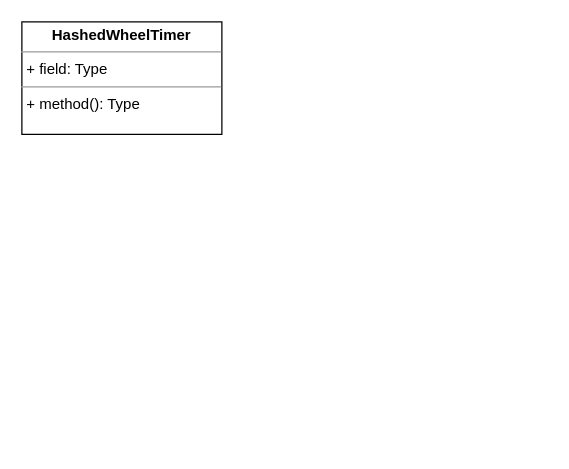
The draw.io diagram page "时间轮" (2 of 2) of raft.drawio in Echidnaaa/draw, before the edit. Source tidied: cells renumbered, new cells numbered last; positions are measured from the earlier drawing's top-left corner, leaving out a move shared by most shapes. Both pictures are drawn from the tidied source at 125%, with x=0, y=0 at pixel (21, 21).
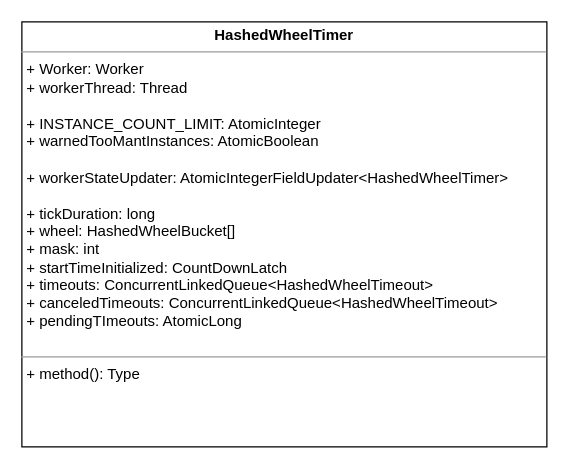
The same page after the edit.

What changed in the source:
```diff
@@
 <mxGraphModel>
   <root>
     <mxCell id="0" />
     <mxCell id="1" parent="0" />
-    <mxCell id="2" value="&lt;p style=&quot;margin: 0px ; margin-top: 4px ; text-align: center&quot;&gt;&lt;b&gt;HashedWheelTimer&lt;/b&gt;&lt;/p&gt;&lt;hr size=&quot;1&quot;&gt;&lt;p style=&quot;margin: 0px ; margin-left: 4px&quot;&gt;+ field: Type&lt;/p&gt;&lt;hr size=&quot;1&quot;&gt;&lt;p style=&quot;margin: 0px ; margin-left: 4px&quot;&gt;+ method(): Type&lt;/p&gt;" style="verticalAlign=top;align=left;overflow=fill;fontSize=12;fontFamily=Helvetica;html=1;" parent="1" vertex="1">
-      <mxGeometry width="160" height="90" as="geometry" />
+    <mxCell id="2" value="&lt;p style=&quot;margin: 0px ; margin-top: 4px ; text-align: center&quot;&gt;&lt;b&gt;HashedWheelTimer&lt;/b&gt;&lt;/p&gt;&lt;hr size=&quot;1&quot;&gt;&lt;p style=&quot;margin: 0px ; margin-left: 4px&quot;&gt;+ Worker: Worker&lt;/p&gt;&lt;p style=&quot;margin: 0px ; margin-left: 4px&quot;&gt;+ workerThread: Thread&lt;/p&gt;&lt;p style=&quot;margin: 0px ; margin-left: 4px&quot;&gt;&lt;br&gt;&lt;/p&gt;&lt;p style=&quot;margin: 0px ; margin-left: 4px&quot;&gt;+ INSTANCE_COUNT_LIMIT: AtomicInteger&lt;/p&gt;&lt;p style=&quot;margin: 0px ; margin-left: 4px&quot;&gt;+ warnedTooMantInstances: AtomicBoolean&lt;/p&gt;&lt;p style=&quot;margin: 0px ; margin-left: 4px&quot;&gt;&lt;br&gt;&lt;/p&gt;&lt;p style=&quot;margin: 0px ; margin-left: 4px&quot;&gt;+ workerStateUpdater: AtomicIntegerFieldUpdater&amp;lt;HashedWheelTimer&amp;gt;&lt;/p&gt;&lt;p style=&quot;margin: 0px ; margin-left: 4px&quot;&gt;&lt;br&gt;&lt;/p&gt;&lt;p style=&quot;margin: 0px ; margin-left: 4px&quot;&gt;+ tickDuration: long&lt;/p&gt;&lt;p style=&quot;margin: 0px ; margin-left: 4px&quot;&gt;+ wheel: HashedWheelBucket[]&lt;/p&gt;&lt;p style=&quot;margin: 0px ; margin-left: 4px&quot;&gt;+ mask: int&lt;/p&gt;&lt;p style=&quot;margin: 0px ; margin-left: 4px&quot;&gt;+ startTimeInitialized: CountDownLatch&lt;/p&gt;&lt;p style=&quot;margin: 0px ; margin-left: 4px&quot;&gt;+ timeouts: ConcurrentLinkedQueue&amp;lt;HashedWheelTimeout&amp;gt;&lt;/p&gt;&lt;p style=&quot;margin: 0px ; margin-left: 4px&quot;&gt;+ canceledTimeouts: ConcurrentLinkedQueue&amp;lt;HashedWheelTimeout&amp;gt;&lt;/p&gt;&lt;p style=&quot;margin: 0px ; margin-left: 4px&quot;&gt;+ pendingTImeouts: AtomicLong&lt;/p&gt;&lt;p style=&quot;margin: 0px ; margin-left: 4px&quot;&gt;&lt;br&gt;&lt;/p&gt;&lt;hr size=&quot;1&quot;&gt;&lt;p style=&quot;margin: 0px ; margin-left: 4px&quot;&gt;+ method(): Type&lt;/p&gt;" style="verticalAlign=top;align=left;overflow=fill;fontSize=12;fontFamily=Helvetica;html=1;" parent="1" vertex="1">
+      <mxGeometry width="420" height="340" as="geometry" />
     </mxCell>
   </root>
 </mxGraphModel>
```
